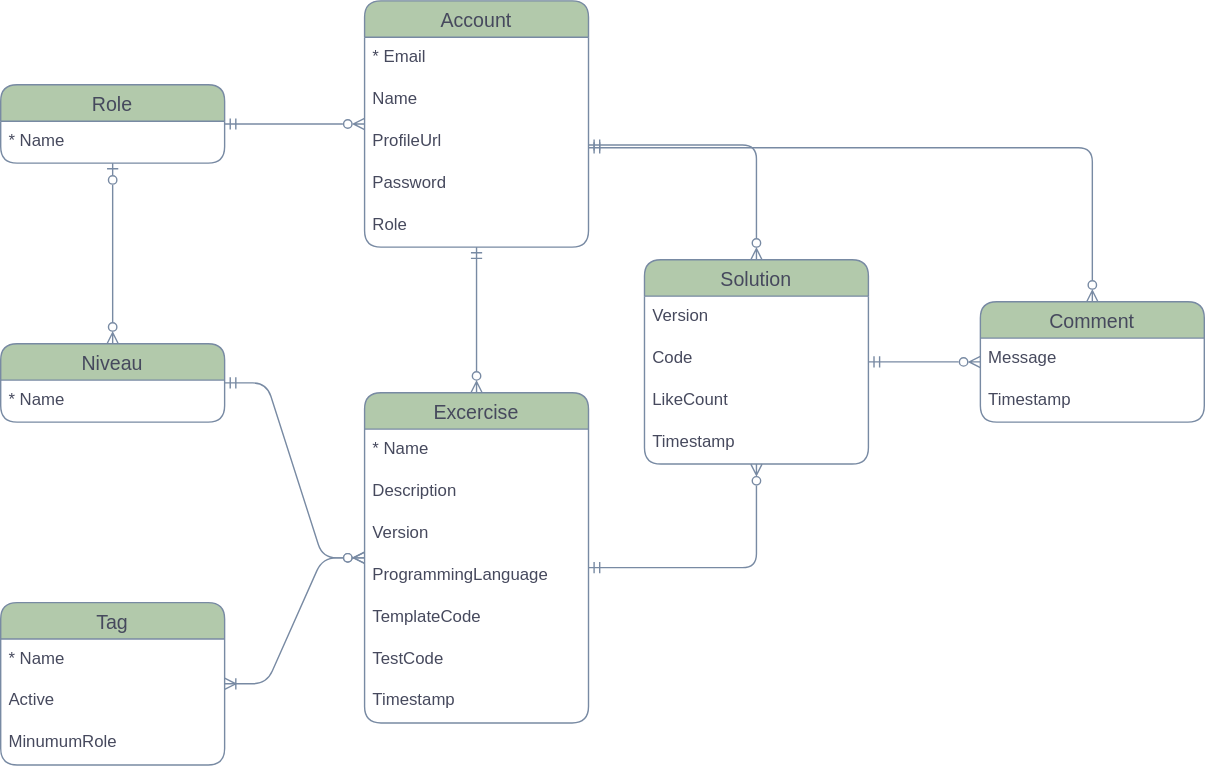
This is apps/avans-code-web/src/assets/erd.svg from Job79/avans-code, a draw.io export, as it was before one commit. Source tidied: cells renumbered, new cells last; positions are measured from the earlier drawing's top-left corner, leaving out a move shared by most shapes.
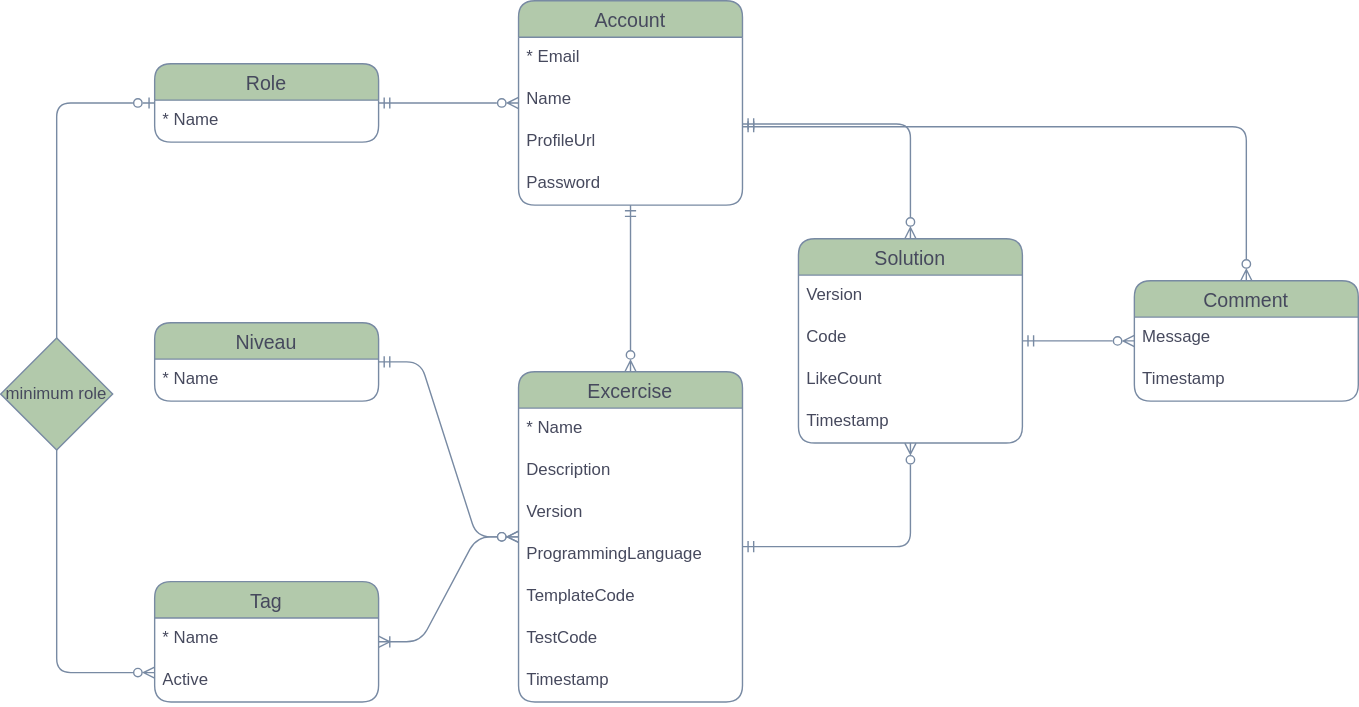
The same diagram one commit later.

Change to the diagram source:
```diff
@@ -59,7 +59,7 @@
       <mxGeometry y="116" width="160" height="30" as="geometry" />
     </mxCell>
     <mxCell id="18" value="Tag" style="swimlane;fontStyle=0;horizontal=1;startSize=26;align=center;fontSize=14;labelBackgroundColor=none;fillColor=#B2C9AB;strokeColor=#788AA3;fontColor=#46495D;rounded=1;" parent="1" vertex="1">
-      <mxGeometry y="430" width="160" height="116" as="geometry" />
+      <mxGeometry y="430" width="160" height="86" as="geometry" />
     </mxCell>
     <mxCell id="19" value="* Name" style="text;strokeColor=none;fillColor=none;spacingLeft=4;spacingRight=4;overflow=hidden;fontSize=12;whiteSpace=wrap;html=1;labelBackgroundColor=none;fontColor=#46495D;rounded=1;" parent="18" vertex="1">
       <mxGeometry y="26" width="160" height="30" as="geometry" />
@@ -67,9 +67,6 @@
     <mxCell id="20" value="Active" style="text;strokeColor=none;fillColor=none;spacingLeft=4;spacingRight=4;overflow=hidden;fontSize=12;whiteSpace=wrap;html=1;labelBackgroundColor=none;fontColor=#46495D;rounded=1;" parent="18" vertex="1">
       <mxGeometry y="56" width="160" height="30" as="geometry" />
     </mxCell>
-    <mxCell id="21" value="MinumumRole" style="text;strokeColor=none;fillColor=none;spacingLeft=4;spacingRight=4;overflow=hidden;fontSize=12;whiteSpace=wrap;html=1;labelBackgroundColor=none;fontColor=#46495D;rounded=1;" parent="18" vertex="1">
-      <mxGeometry y="86" width="160" height="30" as="geometry" />
-    </mxCell>
     <mxCell id="22" value="Comment" style="swimlane;fontStyle=0;horizontal=1;startSize=26;align=center;fontSize=14;labelBackgroundColor=none;fillColor=#B2C9AB;strokeColor=#788AA3;fontColor=#46495D;rounded=1;" parent="1" vertex="1">
       <mxGeometry x="700" y="215" width="160" height="86" as="geometry" />
     </mxCell>
@@ -95,7 +92,7 @@
       <mxGeometry relative="1" as="geometry" />
     </mxCell>
     <mxCell id="30" value="Account" style="swimlane;fontStyle=0;horizontal=1;startSize=26;align=center;fontSize=14;labelBackgroundColor=none;fillColor=#B2C9AB;strokeColor=#788AA3;fontColor=#46495D;rounded=1;" parent="1" vertex="1">
-      <mxGeometry x="260" width="160" height="176" as="geometry" />
+      <mxGeometry x="260" y="15" width="160" height="146" as="geometry" />
     </mxCell>
     <mxCell id="31" value="* Email" style="text;strokeColor=none;fillColor=none;spacingLeft=4;spacingRight=4;overflow=hidden;fontSize=12;whiteSpace=wrap;html=1;labelBackgroundColor=none;fontColor=#46495D;rounded=1;" parent="30" vertex="1">
       <mxGeometry y="26" width="160" height="30" as="geometry" />
@@ -109,11 +106,13 @@
     <mxCell id="34" value="Password" style="text;strokeColor=none;fillColor=none;spacingLeft=4;spacingRight=4;overflow=hidden;fontSize=12;whiteSpace=wrap;html=1;labelBackgroundColor=none;fontColor=#46495D;rounded=1;" parent="30" vertex="1">
       <mxGeometry y="116" width="160" height="30" as="geometry" />
     </mxCell>
-    <mxCell id="35" value="Role" style="text;strokeColor=none;fillColor=none;spacingLeft=4;spacingRight=4;overflow=hidden;fontSize=12;whiteSpace=wrap;html=1;labelBackgroundColor=none;fontColor=#46495D;rounded=1;" parent="30" vertex="1">
-      <mxGeometry y="146" width="160" height="30" as="geometry" />
-    </mxCell>
-    <mxCell id="36" style="edgeStyle=orthogonalEdgeStyle;rounded=1;jettySize=auto;html=1;endArrow=ERzeroToMany;endFill=0;startArrow=ERzeroToOne;startFill=0;labelBackgroundColor=none;strokeColor=#788AA3;fontColor=default;" parent="1" edge="1" source="38" target="26">
-      <mxGeometry relative="1" as="geometry" />
+    <mxCell id="36" style="edgeStyle=orthogonalEdgeStyle;rounded=1;jettySize=auto;html=1;endArrow=ERzeroToMany;endFill=0;startArrow=ERzeroToOne;startFill=0;labelBackgroundColor=none;strokeColor=#788AA3;fontColor=default;" parent="1" edge="1" source="38" target="18">
+      <mxGeometry relative="1" as="geometry">
+        <Array as="points">
+          <mxPoint x="-70" y="88" />
+          <mxPoint x="-70" y="495" />
+        </Array>
+      </mxGeometry>
     </mxCell>
     <mxCell id="37" style="edgeStyle=orthogonalEdgeStyle;rounded=1;jettySize=auto;html=1;endArrow=ERzeroToMany;endFill=0;startArrow=ERmandOne;startFill=0;labelBackgroundColor=none;strokeColor=#788AA3;fontColor=default;" parent="1" edge="1" source="38" target="30">
       <mxGeometry relative="1" as="geometry" />
@@ -131,5 +130,8 @@
         </Array>
       </mxGeometry>
     </mxCell>
+    <mxCell id="41" value="minimum role" style="rhombus;whiteSpace=wrap;html=1;labelBackgroundColor=none;fillColor=#B2C9AB;strokeColor=#788AA3;fontColor=#46495D;" parent="1" vertex="1">
+      <mxGeometry x="-110" y="256" width="80" height="80" as="geometry" />
+    </mxCell>
   </root>
 </mxGraphModel>
```
